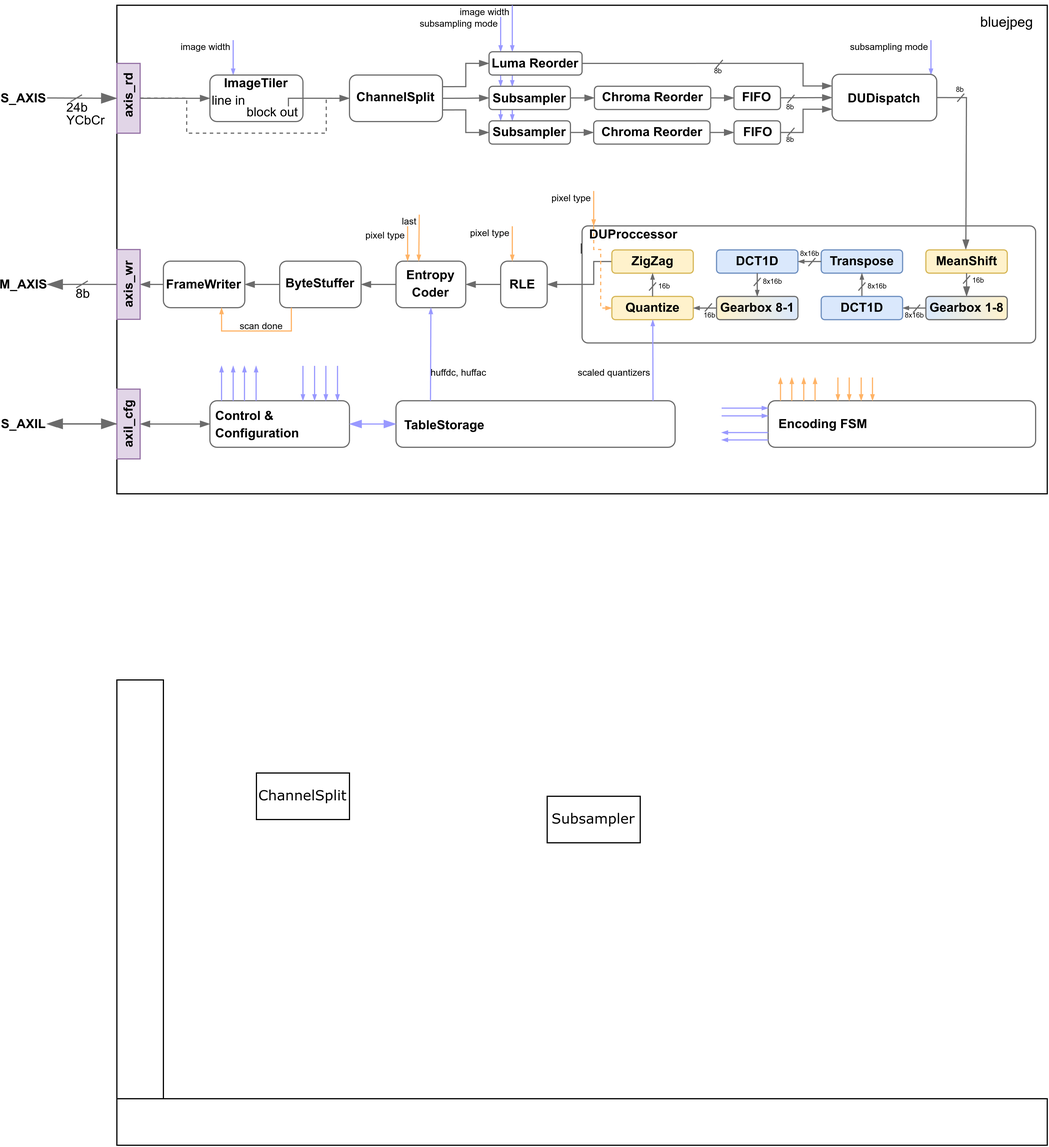
timksf/bluejpeg keeps this draw.io diagram as assets/system.drawio.png. Above is the earlier version. Source tidied: cells renumbered, new cells last; positions are measured from the earlier drawing's top-left corner, leaving out a move shared by most shapes.
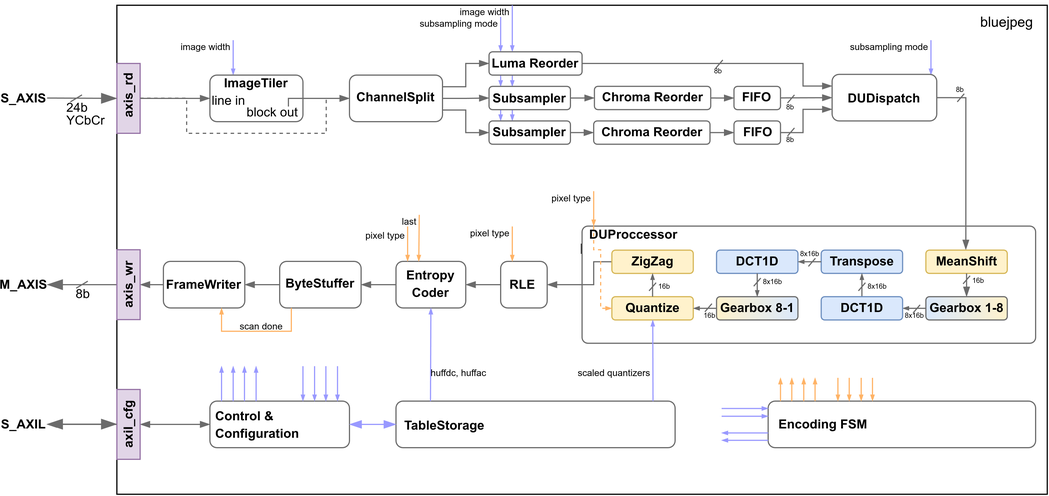
After the change.

The edit, as a diff of the source:
```diff
@@ -673,17 +673,5 @@
     <mxCell id="173" value="&lt;span style=&quot;font-size: 11px;&quot;&gt;&lt;b&gt;Chroma Reorder&lt;/b&gt;&lt;/span&gt;" style="text;html=1;align=center;verticalAlign=middle;whiteSpace=wrap;rounded=0;" parent="1" vertex="1">
       <mxGeometry x="515.6" y="74.4" width="90" height="10" as="geometry" />
     </mxCell>
-    <mxCell id="174" style="rounded=0;whiteSpace=wrap;html=1;" parent="1" vertex="1">
-      <mxGeometry x="100" y="580" width="40" height="360" as="geometry" />
-    </mxCell>
-    <mxCell id="175" value="&lt;font face=&quot;Verdana&quot;&gt;ChannelSplit&lt;/font&gt;" style="rounded=0;whiteSpace=wrap;html=1;" parent="1" vertex="1">
-      <mxGeometry x="220" y="660" width="80" height="40" as="geometry" />
-    </mxCell>
-    <mxCell id="176" value="&lt;font face=&quot;Verdana&quot;&gt;Subsampler&lt;/font&gt;" style="rounded=0;whiteSpace=wrap;html=1;" parent="1" vertex="1">
-      <mxGeometry x="470" y="680" width="80" height="40" as="geometry" />
-    </mxCell>
-    <mxCell id="177" style="rounded=0;whiteSpace=wrap;html=1;" parent="1" vertex="1">
-      <mxGeometry x="100" y="940" width="800" height="40" as="geometry" />
-    </mxCell>
   </root>
 </mxGraphModel>
```
